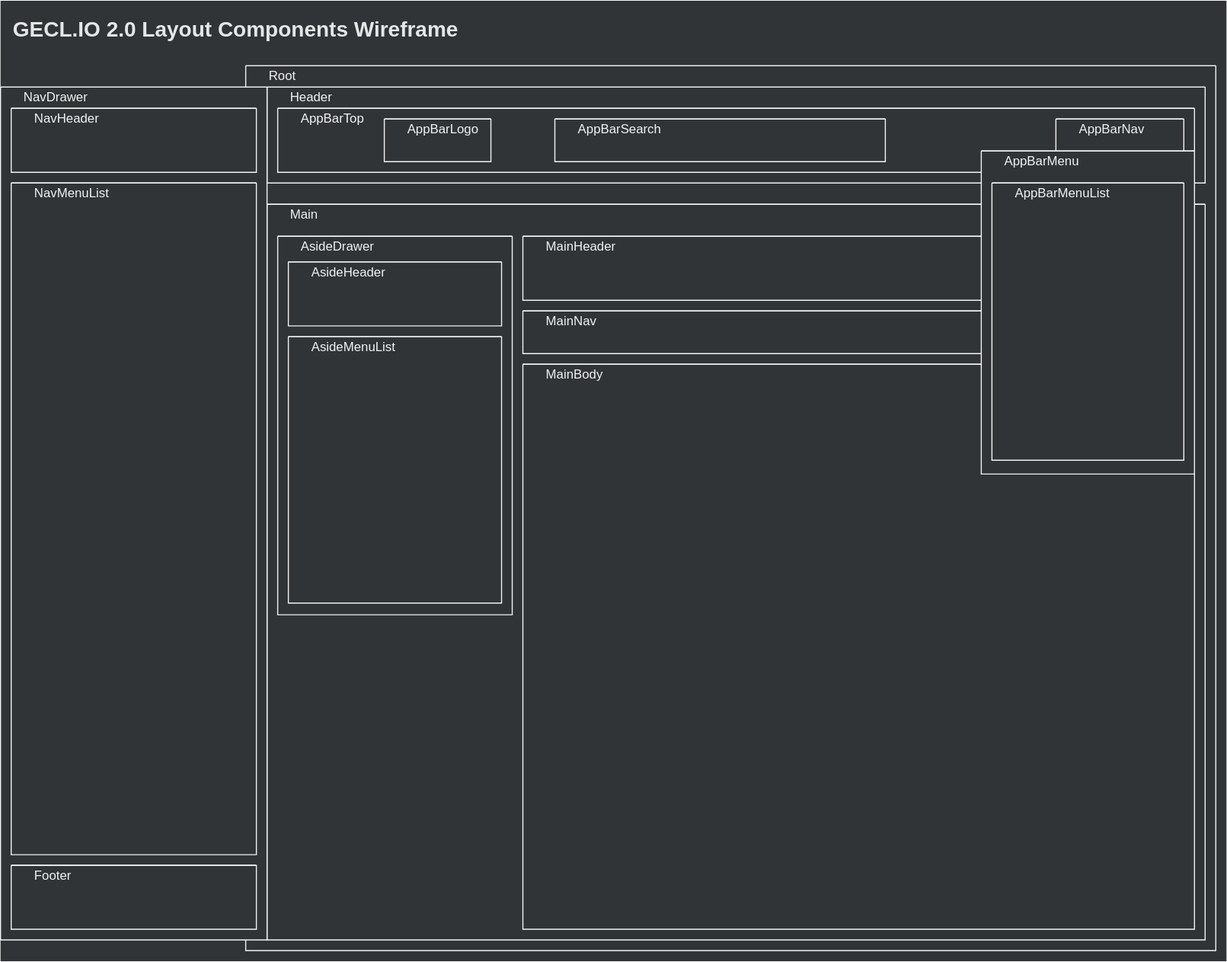
This is assets/.draw.io/documents/geclio2-wireframe-layout.svg from jiholee-ntwglobal/jiholee-ntwglobal.github.io, a draw.io export, as it was before one commit. Source tidied: cells renumbered, new cells last; positions are measured from the earlier drawing's top-left corner, leaving out a move shared by most shapes.
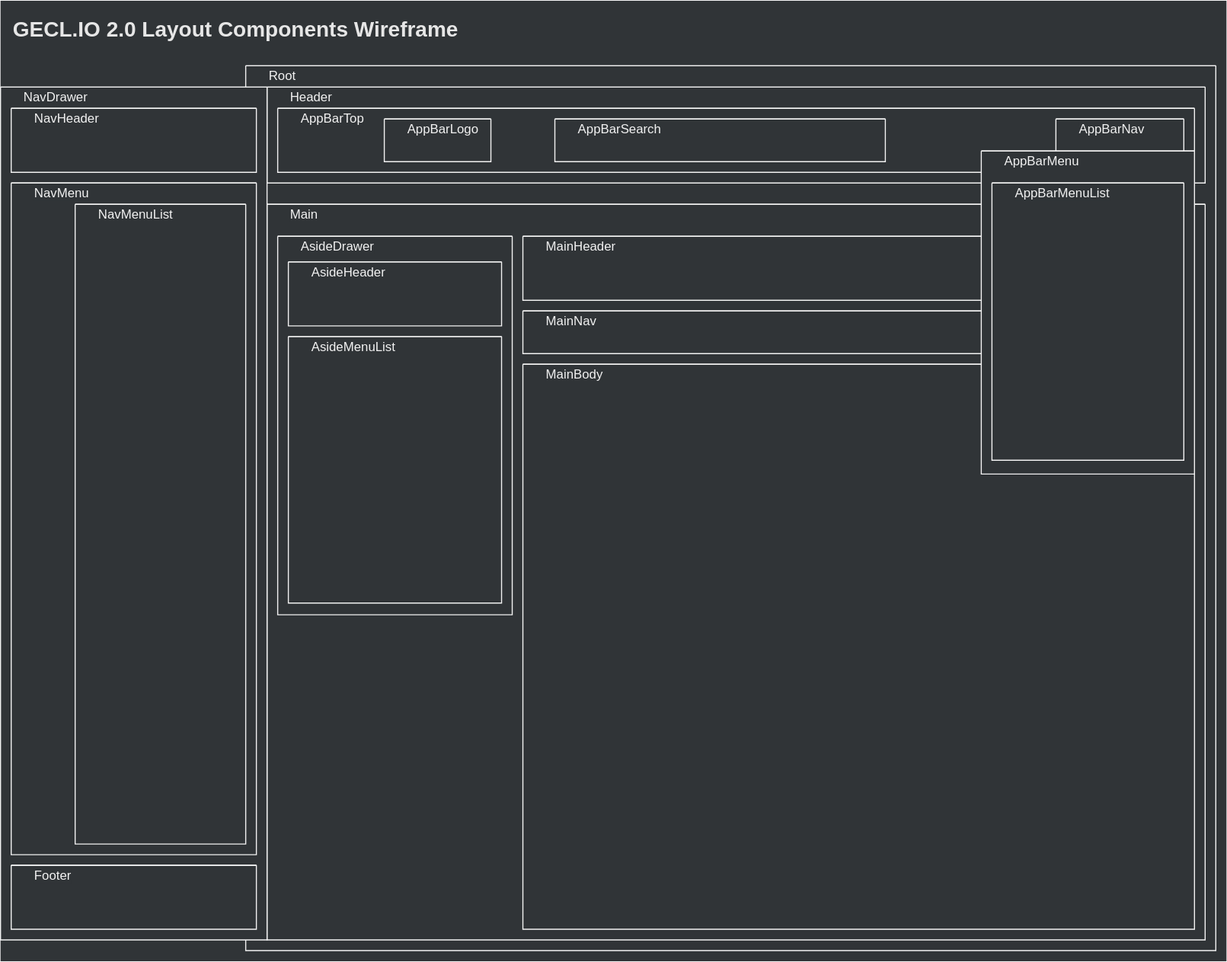
Later version of the same file.

The edit, as a diff of the source:
```diff
@@ -60,9 +60,15 @@
     <mxCell id="21" style="swimlane;startSize=0;fillColor=none;strokeColor=#F2F2F2;fontColor=#F2F2F2;" parent="17" vertex="1">
       <mxGeometry x="10" y="90" width="230" height="630" as="geometry" />
     </mxCell>
-    <mxCell id="22" value="&lt;span style=&quot;background-color: rgb(48 , 52 , 55)&quot;&gt;&lt;font color=&quot;#f2f2f2&quot;&gt;NavMenuList&lt;/font&gt;&lt;/span&gt;" style="text;html=1;strokeColor=none;fillColor=none;align=left;verticalAlign=middle;whiteSpace=wrap;rounded=0;spacingLeft=20;" parent="21" vertex="1">
+    <mxCell id="22" value="&lt;span style=&quot;background-color: rgb(48 , 52 , 55)&quot;&gt;&lt;font color=&quot;#f2f2f2&quot;&gt;NavMenu&lt;/font&gt;&lt;/span&gt;" style="text;html=1;strokeColor=none;fillColor=none;align=left;verticalAlign=middle;whiteSpace=wrap;rounded=0;spacingLeft=20;" parent="21" vertex="1">
       <mxGeometry width="110" height="20" as="geometry" />
     </mxCell>
+    <mxCell id="43" style="swimlane;startSize=0;fillColor=none;strokeColor=#F2F2F2;fontColor=#F2F2F2;" parent="21" vertex="1">
+      <mxGeometry x="60" y="20" width="160" height="600" as="geometry" />
+    </mxCell>
+    <mxCell id="44" value="&lt;span style=&quot;background-color: rgb(48 , 52 , 55)&quot;&gt;&lt;font color=&quot;#f2f2f2&quot;&gt;NavMenuList&lt;/font&gt;&lt;/span&gt;" style="text;html=1;strokeColor=none;fillColor=none;align=left;verticalAlign=middle;whiteSpace=wrap;rounded=0;spacingLeft=20;" parent="43" vertex="1">
+      <mxGeometry width="110" height="20" as="geometry" />
+    </mxCell>
     <mxCell id="23" style="swimlane;startSize=0;fillColor=none;strokeColor=#F2F2F2;fontColor=#F2F2F2;" parent="17" vertex="1">
       <mxGeometry x="10" y="730" width="230" height="60" as="geometry" />
     </mxCell>
```
